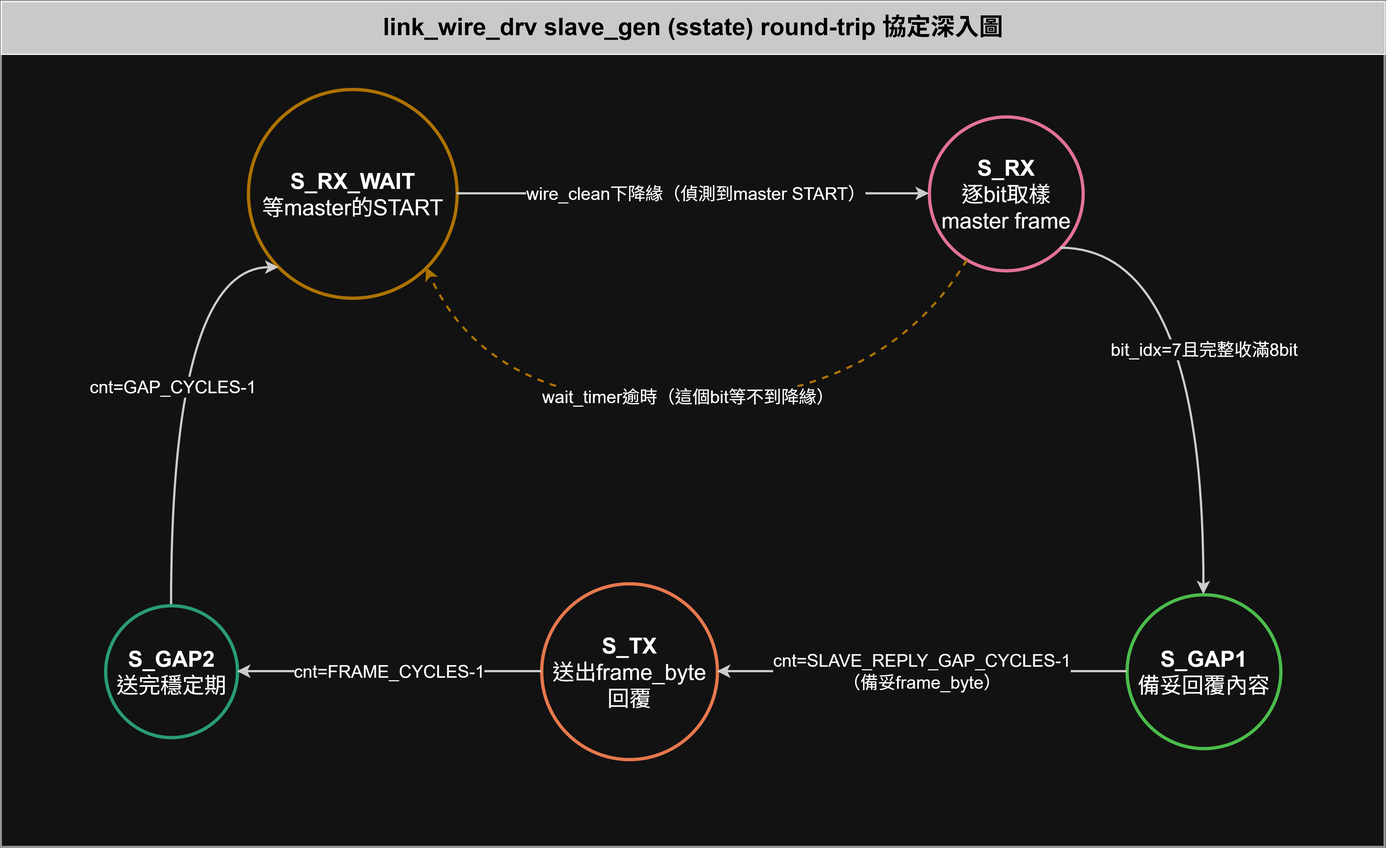
This is Upload/image/Sstate_FSM.drawio.png from c111185103-alt/Project9_pingpong_linlwire, a draw.io export, as it was before one commit. Source tidied: cells renumbered, new cells last; positions are measured from the earlier drawing's top-left corner, leaving out a move shared by most shapes. Its diagram source:
```xml
<mxGraphModel>
  <root>
    <mxCell id="0" />
    <mxCell id="1" parent="0" />
    <mxCell id="2" style="whiteSpace=wrap;html=1;verticalAlign=middle;align=center;strokeColor=#666666;strokeWidth=2;fillColor=default;" parent="1" vertex="1">
      <mxGeometry width="1260" height="770" as="geometry" />
    </mxCell>
    <mxCell id="3" value="&lt;div&gt;&lt;font style=&quot;font-size: 20px;&quot;&gt;&lt;b style=&quot;color: light-dark(rgb(0, 0, 0), rgb(255, 255, 255));&quot;&gt;S_RX_WAIT&lt;/b&gt;&lt;/font&gt;&lt;/div&gt;&lt;div&gt;&lt;font style=&quot;color: light-dark(rgb(0, 0, 0), rgb(255, 255, 255)); font-size: 20px;&quot;&gt;等master的START&lt;/font&gt;&lt;/div&gt;" style="ellipse;whiteSpace=wrap;html=1;verticalAlign=middle;align=center;fillColor=none;strokeColor=#c98500;strokeWidth=3;fontColor=#FFFFFF;" parent="1" vertex="1">
      <mxGeometry x="225" y="80" width="190" height="190" as="geometry" />
    </mxCell>
    <mxCell id="4" value="&lt;div&gt;&lt;font style=&quot;font-size: 20px;&quot;&gt;&lt;b style=&quot;color: light-dark(rgb(0, 0, 0), rgb(255, 255, 255));&quot;&gt;S_RX&lt;/b&gt;&lt;/font&gt;&lt;/div&gt;&lt;div&gt;&lt;font style=&quot;font-size: 20px; color: light-dark(rgb(0, 0, 0), rgb(255, 255, 255));&quot;&gt;逐bit取樣&lt;/font&gt;&lt;/div&gt;&lt;div&gt;&lt;font style=&quot;font-size: 20px; color: light-dark(rgb(0, 0, 0), rgb(255, 255, 255));&quot;&gt;master frame&lt;/font&gt;&lt;/div&gt;" style="ellipse;whiteSpace=wrap;html=1;verticalAlign=middle;align=center;fillColor=none;strokeColor=#d55181;strokeWidth=3;fontColor=#FFFFFF;" parent="1" vertex="1">
      <mxGeometry x="845" y="105" width="140" height="140" as="geometry" />
    </mxCell>
    <mxCell id="5" value="&lt;div&gt;&lt;font style=&quot;font-size: 20px;&quot;&gt;&lt;b style=&quot;color: light-dark(rgb(0, 0, 0), rgb(255, 255, 255));&quot;&gt;S_GAP1&lt;/b&gt;&lt;/font&gt;&lt;/div&gt;&lt;div&gt;&lt;font style=&quot;color: light-dark(rgb(0, 0, 0), rgb(255, 255, 255)); font-size: 20px;&quot;&gt;備妥回覆內容&lt;/font&gt;&lt;/div&gt;" style="ellipse;whiteSpace=wrap;html=1;verticalAlign=middle;align=center;fillColor=none;strokeColor=#008300;strokeWidth=3;fontColor=#FFFFFF;" parent="1" vertex="1">
      <mxGeometry x="1025" y="540" width="140" height="140" as="geometry" />
    </mxCell>
    <mxCell id="6" value="&lt;div&gt;&lt;font style=&quot;font-size: 20px;&quot;&gt;&lt;b style=&quot;color: light-dark(rgb(0, 0, 0), rgb(255, 255, 255));&quot;&gt;S_TX&lt;/b&gt;&lt;/font&gt;&lt;/div&gt;&lt;div&gt;&lt;font style=&quot;font-size: 20px; color: light-dark(rgb(0, 0, 0), rgb(255, 255, 255));&quot;&gt;送出frame_byte&lt;/font&gt;&lt;/div&gt;&lt;div&gt;&lt;font style=&quot;font-size: 20px; color: light-dark(rgb(0, 0, 0), rgb(255, 255, 255));&quot;&gt;回覆&lt;/font&gt;&lt;/div&gt;" style="ellipse;whiteSpace=wrap;html=1;verticalAlign=middle;align=center;fillColor=none;strokeColor=#d95926;strokeWidth=3;fontColor=#FFFFFF;" parent="1" vertex="1">
      <mxGeometry x="492" y="530" width="160" height="160" as="geometry" />
    </mxCell>
    <mxCell id="7" style="edgeStyle=orthogonalEdgeStyle;rounded=0;jettySize=auto;html=1;exitX=0.5;exitY=0;exitDx=0;exitDy=0;entryX=0;entryY=1;entryDx=0;entryDy=0;curved=1;strokeWidth=2;strokeColor=light-dark(#000000,#CCCCCC);" parent="1" edge="1" source="9" target="3">
      <mxGeometry relative="1" as="geometry">
        <Array as="points">
          <mxPoint x="155" y="242.2" />
        </Array>
      </mxGeometry>
    </mxCell>
    <mxCell id="8" value="&lt;span style=&quot;font-size: 16px;&quot;&gt;cnt=GAP_CYCLES-1&lt;/span&gt;" style="edgeLabel;html=1;align=center;verticalAlign=middle;" parent="7" vertex="1">
      <mxGeometry x="-0.01" y="-1" relative="1" as="geometry" />
    </mxCell>
    <mxCell id="9" value="&lt;div&gt;&lt;font style=&quot;font-size: 20px;&quot;&gt;&lt;b style=&quot;color: light-dark(rgb(0, 0, 0), rgb(255, 255, 255));&quot;&gt;S_GAP2&lt;/b&gt;&lt;/font&gt;&lt;/div&gt;&lt;div&gt;&lt;font style=&quot;font-size: 20px; color: light-dark(rgb(0, 0, 0), rgb(255, 255, 255));&quot;&gt;送完穩定期&lt;/font&gt;&lt;/div&gt;" style="ellipse;whiteSpace=wrap;html=1;verticalAlign=middle;align=center;fillColor=none;strokeColor=#199e70;strokeWidth=3;fontColor=#FFFFFF;" parent="1" vertex="1">
      <mxGeometry x="95" y="550" width="120" height="120" as="geometry" />
    </mxCell>
    <mxCell id="10" value="&lt;div&gt;&lt;font style=&quot;font-size: 22px;&quot;&gt;&lt;b style=&quot;color: light-dark(rgb(0, 0, 0), rgb(0, 0, 0));&quot;&gt;link_wire_drv slave_gen (sstate) round-trip 協定深入圖&lt;/b&gt;&lt;/font&gt;&lt;/div&gt;" style="whiteSpace=wrap;html=1;verticalAlign=middle;align=center;fillColor=#2a2a2a;fontColor=#FFFFFF;" parent="1" vertex="1">
      <mxGeometry width="1260" height="48" as="geometry" />
    </mxCell>
    <mxCell id="11" value="&lt;font style=&quot;font-size: 16px;&quot;&gt;wire_clean下降緣（偵測到master START）&lt;/font&gt;" style="edgeStyle=none;rounded=0;curved=1;html=1;exitX=1;exitY=0.5;exitDx=0;exitDy=0;entryX=0;entryY=0.5;entryDx=0;entryDy=0;strokeColor=light-dark(#AAAAAA,#CCCCCC);fontSize=13;strokeWidth=2;" parent="1" edge="1" source="3" target="4">
      <mxGeometry x="0.02" relative="1" as="geometry">
        <mxPoint x="-1" as="offset" />
      </mxGeometry>
    </mxCell>
    <mxCell id="12" value="&lt;font style=&quot;font-size: 16px;&quot;&gt;bit_idx=7且完整收滿8bit&lt;/font&gt;" style="edgeStyle=orthogonalEdgeStyle;rounded=0;curved=1;html=1;exitX=1;exitY=1;exitDx=0;exitDy=0;entryX=0.5;entryY=0;entryDx=0;entryDy=0;strokeColor=light-dark(#AAAAAA,#CCCCCC);fontSize=13;strokeWidth=2;" parent="1" edge="1" source="4" target="5">
      <mxGeometry relative="1" as="geometry" />
    </mxCell>
    <mxCell id="13" value="&lt;font style=&quot;font-size: 16px;&quot;&gt;cnt=SLAVE_REPLY_GAP_CYCLES-1&lt;br&gt;（備妥frame_byte）&lt;/font&gt;" style="edgeStyle=none;rounded=0;curved=1;html=1;exitX=0;exitY=0.5;exitDx=0;exitDy=0;entryX=1;entryY=0.5;entryDx=0;entryDy=0;strokeColor=light-dark(#AAAAAA,#CCCCCC);fontSize=13;strokeWidth=2;" parent="1" edge="1" source="5" target="6">
      <mxGeometry relative="1" as="geometry" />
    </mxCell>
    <mxCell id="14" value="&lt;font style=&quot;font-size: 16px;&quot;&gt;cnt=FRAME_CYCLES-1&lt;/font&gt;" style="edgeStyle=none;rounded=0;curved=1;html=1;exitX=0;exitY=0.5;exitDx=0;exitDy=0;entryX=1;entryY=0.5;entryDx=0;entryDy=0;strokeColor=light-dark(#AAAAAA,#CCCCCC);fontSize=13;strokeWidth=2;" parent="1" edge="1" source="6" target="9">
      <mxGeometry relative="1" as="geometry" />
    </mxCell>
    <mxCell id="15" value="&lt;font style=&quot;font-size: 16px;&quot;&gt;wait_timer逾時（這個bit等不到降緣）&lt;/font&gt;" style="edgeStyle=none;rounded=0;curved=1;html=1;exitX=0.3;exitY=0.85;exitDx=0;exitDy=0;entryX=1;entryY=1;entryDx=0;entryDy=0;strokeColor=#c98500;dashed=1;strokeWidth=2;fontSize=13;" parent="1" edge="1" source="4" target="3">
      <mxGeometry x="0.01" y="-5" relative="1" as="geometry">
        <Array as="points">
          <mxPoint x="805" y="360" />
          <mxPoint x="445" y="370" />
        </Array>
      </mxGeometry>
    </mxCell>
  </root>
</mxGraphModel>
```
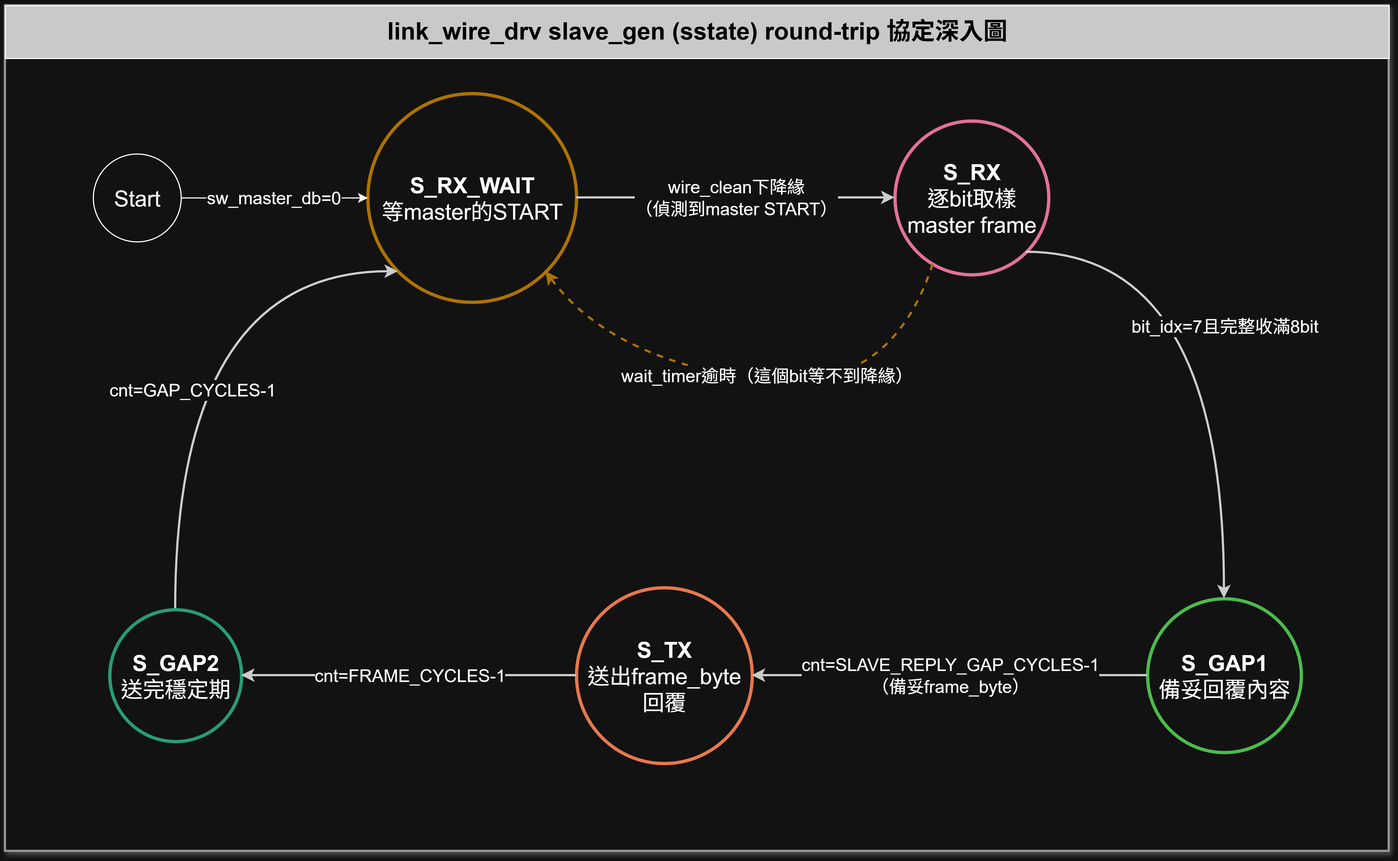
Later version of the same file.

Commit message:
Re-export Mstate/Sstate FSM diagrams

The edit, as a diff of the source:
```diff
@@ -2,20 +2,20 @@
   <root>
     <mxCell id="0" />
     <mxCell id="1" parent="0" />
-    <mxCell id="2" style="whiteSpace=wrap;html=1;verticalAlign=middle;align=center;strokeColor=#666666;strokeWidth=2;fillColor=default;" parent="1" vertex="1">
+    <mxCell id="2" style="whiteSpace=wrap;html=1;verticalAlign=middle;align=center;strokeColor=#666666;strokeWidth=2;fillColor=default;shadow=1;" parent="1" vertex="1">
       <mxGeometry width="1260" height="770" as="geometry" />
     </mxCell>
     <mxCell id="3" value="&lt;div&gt;&lt;font style=&quot;font-size: 20px;&quot;&gt;&lt;b style=&quot;color: light-dark(rgb(0, 0, 0), rgb(255, 255, 255));&quot;&gt;S_RX_WAIT&lt;/b&gt;&lt;/font&gt;&lt;/div&gt;&lt;div&gt;&lt;font style=&quot;color: light-dark(rgb(0, 0, 0), rgb(255, 255, 255)); font-size: 20px;&quot;&gt;等master的START&lt;/font&gt;&lt;/div&gt;" style="ellipse;whiteSpace=wrap;html=1;verticalAlign=middle;align=center;fillColor=none;strokeColor=#c98500;strokeWidth=3;fontColor=#FFFFFF;" parent="1" vertex="1">
-      <mxGeometry x="225" y="80" width="190" height="190" as="geometry" />
+      <mxGeometry x="330" y="80" width="190" height="190" as="geometry" />
     </mxCell>
     <mxCell id="4" value="&lt;div&gt;&lt;font style=&quot;font-size: 20px;&quot;&gt;&lt;b style=&quot;color: light-dark(rgb(0, 0, 0), rgb(255, 255, 255));&quot;&gt;S_RX&lt;/b&gt;&lt;/font&gt;&lt;/div&gt;&lt;div&gt;&lt;font style=&quot;font-size: 20px; color: light-dark(rgb(0, 0, 0), rgb(255, 255, 255));&quot;&gt;逐bit取樣&lt;/font&gt;&lt;/div&gt;&lt;div&gt;&lt;font style=&quot;font-size: 20px; color: light-dark(rgb(0, 0, 0), rgb(255, 255, 255));&quot;&gt;master frame&lt;/font&gt;&lt;/div&gt;" style="ellipse;whiteSpace=wrap;html=1;verticalAlign=middle;align=center;fillColor=none;strokeColor=#d55181;strokeWidth=3;fontColor=#FFFFFF;" parent="1" vertex="1">
-      <mxGeometry x="845" y="105" width="140" height="140" as="geometry" />
+      <mxGeometry x="810" y="105" width="140" height="140" as="geometry" />
     </mxCell>
     <mxCell id="5" value="&lt;div&gt;&lt;font style=&quot;font-size: 20px;&quot;&gt;&lt;b style=&quot;color: light-dark(rgb(0, 0, 0), rgb(255, 255, 255));&quot;&gt;S_GAP1&lt;/b&gt;&lt;/font&gt;&lt;/div&gt;&lt;div&gt;&lt;font style=&quot;color: light-dark(rgb(0, 0, 0), rgb(255, 255, 255)); font-size: 20px;&quot;&gt;備妥回覆內容&lt;/font&gt;&lt;/div&gt;" style="ellipse;whiteSpace=wrap;html=1;verticalAlign=middle;align=center;fillColor=none;strokeColor=#008300;strokeWidth=3;fontColor=#FFFFFF;" parent="1" vertex="1">
-      <mxGeometry x="1025" y="540" width="140" height="140" as="geometry" />
+      <mxGeometry x="1040" y="540" width="140" height="140" as="geometry" />
     </mxCell>
     <mxCell id="6" value="&lt;div&gt;&lt;font style=&quot;font-size: 20px;&quot;&gt;&lt;b style=&quot;color: light-dark(rgb(0, 0, 0), rgb(255, 255, 255));&quot;&gt;S_TX&lt;/b&gt;&lt;/font&gt;&lt;/div&gt;&lt;div&gt;&lt;font style=&quot;font-size: 20px; color: light-dark(rgb(0, 0, 0), rgb(255, 255, 255));&quot;&gt;送出frame_byte&lt;/font&gt;&lt;/div&gt;&lt;div&gt;&lt;font style=&quot;font-size: 20px; color: light-dark(rgb(0, 0, 0), rgb(255, 255, 255));&quot;&gt;回覆&lt;/font&gt;&lt;/div&gt;" style="ellipse;whiteSpace=wrap;html=1;verticalAlign=middle;align=center;fillColor=none;strokeColor=#d95926;strokeWidth=3;fontColor=#FFFFFF;" parent="1" vertex="1">
-      <mxGeometry x="492" y="530" width="160" height="160" as="geometry" />
+      <mxGeometry x="520" y="530" width="160" height="160" as="geometry" />
     </mxCell>
     <mxCell id="7" style="edgeStyle=orthogonalEdgeStyle;rounded=0;jettySize=auto;html=1;exitX=0.5;exitY=0;exitDx=0;exitDy=0;entryX=0;entryY=1;entryDx=0;entryDy=0;curved=1;strokeWidth=2;strokeColor=light-dark(#000000,#CCCCCC);" parent="1" edge="1" source="9" target="3">
       <mxGeometry relative="1" as="geometry">
@@ -25,7 +25,9 @@
       </mxGeometry>
     </mxCell>
     <mxCell id="8" value="&lt;span style=&quot;font-size: 16px;&quot;&gt;cnt=GAP_CYCLES-1&lt;/span&gt;" style="edgeLabel;html=1;align=center;verticalAlign=middle;" parent="7" vertex="1">
-      <mxGeometry x="-0.01" y="-1" relative="1" as="geometry" />
+      <mxGeometry x="-0.01" y="-1" relative="1" as="geometry">
+        <mxPoint x="14" y="52" as="offset" />
+      </mxGeometry>
     </mxCell>
     <mxCell id="9" value="&lt;div&gt;&lt;font style=&quot;font-size: 20px;&quot;&gt;&lt;b style=&quot;color: light-dark(rgb(0, 0, 0), rgb(255, 255, 255));&quot;&gt;S_GAP2&lt;/b&gt;&lt;/font&gt;&lt;/div&gt;&lt;div&gt;&lt;font style=&quot;font-size: 20px; color: light-dark(rgb(0, 0, 0), rgb(255, 255, 255));&quot;&gt;送完穩定期&lt;/font&gt;&lt;/div&gt;" style="ellipse;whiteSpace=wrap;html=1;verticalAlign=middle;align=center;fillColor=none;strokeColor=#199e70;strokeWidth=3;fontColor=#FFFFFF;" parent="1" vertex="1">
       <mxGeometry x="95" y="550" width="120" height="120" as="geometry" />
@@ -33,7 +35,7 @@
     <mxCell id="10" value="&lt;div&gt;&lt;font style=&quot;font-size: 22px;&quot;&gt;&lt;b style=&quot;color: light-dark(rgb(0, 0, 0), rgb(0, 0, 0));&quot;&gt;link_wire_drv slave_gen (sstate) round-trip 協定深入圖&lt;/b&gt;&lt;/font&gt;&lt;/div&gt;" style="whiteSpace=wrap;html=1;verticalAlign=middle;align=center;fillColor=#2a2a2a;fontColor=#FFFFFF;" parent="1" vertex="1">
       <mxGeometry width="1260" height="48" as="geometry" />
     </mxCell>
-    <mxCell id="11" value="&lt;font style=&quot;font-size: 16px;&quot;&gt;wire_clean下降緣（偵測到master START）&lt;/font&gt;" style="edgeStyle=none;rounded=0;curved=1;html=1;exitX=1;exitY=0.5;exitDx=0;exitDy=0;entryX=0;entryY=0.5;entryDx=0;entryDy=0;strokeColor=light-dark(#AAAAAA,#CCCCCC);fontSize=13;strokeWidth=2;" parent="1" edge="1" source="3" target="4">
+    <mxCell id="11" value="&lt;font style=&quot;font-size: 16px;&quot;&gt;wire_clean下降緣&lt;/font&gt;&lt;div&gt;&lt;font style=&quot;font-size: 16px;&quot;&gt;（偵測到master START）&lt;/font&gt;&lt;/div&gt;" style="edgeStyle=none;rounded=0;curved=1;html=1;exitX=1;exitY=0.5;exitDx=0;exitDy=0;entryX=0;entryY=0.5;entryDx=0;entryDy=0;strokeColor=light-dark(#AAAAAA,#CCCCCC);fontSize=13;strokeWidth=2;" parent="1" edge="1" source="3" target="4">
       <mxGeometry x="0.02" relative="1" as="geometry">
         <mxPoint x="-1" as="offset" />
       </mxGeometry>
@@ -51,9 +53,18 @@
       <mxGeometry x="0.01" y="-5" relative="1" as="geometry">
         <Array as="points">
           <mxPoint x="805" y="360" />
-          <mxPoint x="445" y="370" />
+          <mxPoint x="550" y="320" />
         </Array>
       </mxGeometry>
     </mxCell>
+    <mxCell id="16" style="edgeStyle=orthogonalEdgeStyle;rounded=0;jettySize=auto;html=1;exitX=1;exitY=0.5;exitDx=0;exitDy=0;entryX=0;entryY=0.5;entryDx=0;entryDy=0;" parent="1" edge="1" source="18" target="3">
+      <mxGeometry relative="1" as="geometry" />
+    </mxCell>
+    <mxCell id="17" value="&lt;span style=&quot;font-size: 16px;&quot;&gt;sw_master_db=0&lt;/span&gt;" style="edgeLabel;html=1;align=center;verticalAlign=middle;" parent="16" vertex="1">
+      <mxGeometry x="-0.02" relative="1" as="geometry" />
+    </mxCell>
+    <mxCell id="18" value="&lt;font style=&quot;font-size: 20px;&quot;&gt;Start&lt;/font&gt;" style="ellipse;whiteSpace=wrap;html=1;shapeInside=1;" parent="1" vertex="1">
+      <mxGeometry x="80" y="135" width="80" height="80" as="geometry" />
+    </mxCell>
   </root>
 </mxGraphModel>
```
